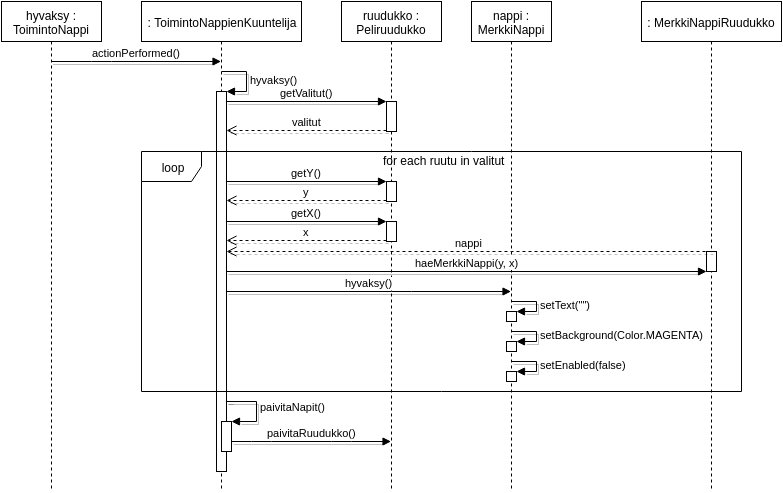
Earlier version of the draw.io export dokumentaatio/Sekvenssikaavio-hyvaksyNappi.png (BikkuMyy/Sanaruutu). Source tidied: cells renumbered, new cells last; positions are measured from the earlier drawing's top-left corner, leaving out a move shared by most shapes.
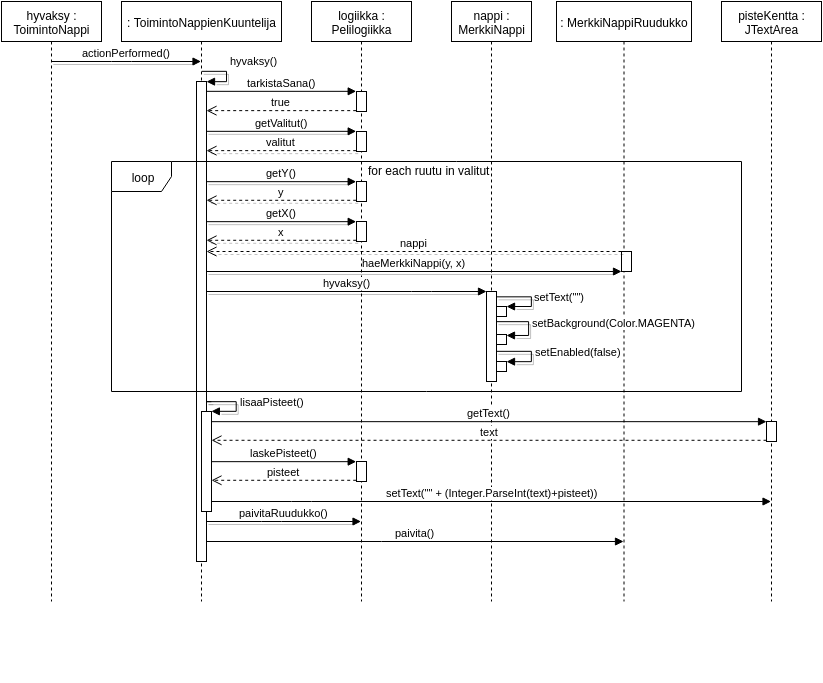
Above is the later version.

What changed in the source:
```diff
@@ -3,26 +3,28 @@
     <mxCell id="0" />
     <mxCell id="1" parent="0" />
     <mxCell id="2" value="hyvaksy : ToimintoNappi" style="shape=umlLifeline;perimeter=lifelinePerimeter;whiteSpace=wrap;html=1;outlineConnect=0;fillColor=#FFFFFF;" parent="1" vertex="1">
-      <mxGeometry width="100" height="490" as="geometry" />
+      <mxGeometry x="-20" width="100" height="600" as="geometry" />
     </mxCell>
     <mxCell id="3" value=": ToimintoNappienKuuntelija" style="shape=umlLifeline;perimeter=lifelinePerimeter;whiteSpace=wrap;html=1;outlineConnect=0;fillColor=#FFFFFF;" parent="1" vertex="1">
-      <mxGeometry x="140" width="160" height="490" as="geometry" />
+      <mxGeometry x="100" width="160" height="600" as="geometry" />
     </mxCell>
     <mxCell id="4" style="html=1;points=[];perimeter=orthogonalPerimeter;fillColor=#FFFFFF;" parent="3" vertex="1">
-      <mxGeometry x="75" y="90" width="10" height="380" as="geometry" />
+      <mxGeometry x="75" y="80" width="10" height="480" as="geometry" />
     </mxCell>
     <mxCell id="5" value="hyvaksy()" style="edgeStyle=orthogonalEdgeStyle;html=1;align=left;spacingLeft=2;endArrow=block;rounded=0;entryX=1;entryY=0;shadow=1;" parent="3" edge="1" target="4">
-      <mxGeometry relative="1" as="geometry">
+      <mxGeometry x="-0.1" y="10" relative="1" as="geometry">
         <mxPoint x="80" y="70" as="sourcePoint" />
         <Array as="points">
           <mxPoint x="105" y="70" />
+          <mxPoint x="105" y="80" />
         </Array>
+        <mxPoint x="-10" y="-10" as="offset" />
       </mxGeometry>
     </mxCell>
     <mxCell id="6" style="html=1;points=[];perimeter=orthogonalPerimeter;fillColor=#FFFFFF;" parent="3" vertex="1">
-      <mxGeometry x="80" y="420" width="10" height="30" as="geometry" />
+      <mxGeometry x="80" y="410" width="10" height="100" as="geometry" />
     </mxCell>
-    <mxCell id="7" value="paivitaNapit()" style="edgeStyle=orthogonalEdgeStyle;html=1;align=left;spacingLeft=2;endArrow=block;rounded=0;entryX=1;entryY=0;shadow=1;" parent="3" edge="1" target="6">
+    <mxCell id="7" value="lisaaPisteet()" style="edgeStyle=orthogonalEdgeStyle;html=1;align=left;spacingLeft=2;endArrow=block;rounded=0;entryX=1;entryY=0;shadow=1;" parent="3" edge="1" target="6">
       <mxGeometry relative="1" as="geometry">
         <mxPoint x="90" y="400" as="sourcePoint" />
         <Array as="points">
@@ -32,11 +34,11 @@
         </Array>
       </mxGeometry>
     </mxCell>
-    <mxCell id="8" value="ruudukko : Peliruudukko" style="shape=umlLifeline;perimeter=lifelinePerimeter;whiteSpace=wrap;html=1;outlineConnect=0;fillColor=#FFFFFF;" parent="1" vertex="1">
-      <mxGeometry x="340" width="100" height="490" as="geometry" />
+    <mxCell id="8" value="logiikka : Pelilogiikka" style="shape=umlLifeline;perimeter=lifelinePerimeter;whiteSpace=wrap;html=1;outlineConnect=0;fillColor=#FFFFFF;" parent="1" vertex="1">
+      <mxGeometry x="290" width="100" height="600" as="geometry" />
     </mxCell>
     <mxCell id="9" style="html=1;points=[];perimeter=orthogonalPerimeter;fillColor=#FFFFFF;" parent="8" vertex="1">
-      <mxGeometry x="45" y="100" width="10" height="30" as="geometry" />
+      <mxGeometry x="45" y="130" width="10" height="20" as="geometry" />
     </mxCell>
     <mxCell id="10" style="html=1;points=[];perimeter=orthogonalPerimeter;fillColor=#FFFFFF;" parent="8" vertex="1">
       <mxGeometry x="45" y="180" width="10" height="20" as="geometry" />
@@ -44,8 +46,14 @@
     <mxCell id="11" style="html=1;points=[];perimeter=orthogonalPerimeter;fillColor=#FFFFFF;" parent="8" vertex="1">
       <mxGeometry x="45" y="220" width="10" height="20" as="geometry" />
     </mxCell>
+    <mxCell id="34" style="html=1;points=[];perimeter=orthogonalPerimeter;" parent="8" vertex="1">
+      <mxGeometry x="45" y="90" width="10" height="20" as="geometry" />
+    </mxCell>
+    <mxCell id="35" style="html=1;points=[];perimeter=orthogonalPerimeter;" parent="8" vertex="1">
+      <mxGeometry x="45" y="460" width="10" height="20" as="geometry" />
+    </mxCell>
     <mxCell id="12" value=": MerkkiNappiRuudukko" style="shape=umlLifeline;perimeter=lifelinePerimeter;whiteSpace=wrap;html=1;outlineConnect=0;fillColor=#FFFFFF;" parent="1" vertex="1">
-      <mxGeometry x="640" width="140" height="490" as="geometry" />
+      <mxGeometry x="535" width="135" height="600" as="geometry" />
     </mxCell>
     <mxCell id="13" style="html=1;points=[];perimeter=orthogonalPerimeter;fillColor=#FFFFFF;" parent="12" vertex="1">
       <mxGeometry x="65" y="250" width="10" height="20" as="geometry" />
@@ -63,18 +71,9 @@
     <mxCell id="16" value="valitut" style="html=1;verticalAlign=bottom;endArrow=open;dashed=1;endSize=8;exitX=0;exitY=0.95;shadow=1;" parent="1" edge="1" source="9" target="4">
       <mxGeometry x="515" y="188" as="geometry" />
     </mxCell>
-    <mxCell id="17" value="nappi : MerkkiNappi" style="shape=umlLifeline;perimeter=lifelinePerimeter;whiteSpace=wrap;html=1;outlineConnect=0;fillColor=#FFFFFF;" parent="1" vertex="1">
-      <mxGeometry x="470" width="80" height="490" as="geometry" />
-    </mxCell>
-    <mxCell id="18" style="html=1;points=[];perimeter=orthogonalPerimeter;fillColor=#FFFFFF;" parent="17" vertex="1">
-      <mxGeometry x="35" y="340" width="10" height="10" as="geometry" />
-    </mxCell>
     <mxCell id="19" value="loop" style="shape=umlFrame;whiteSpace=wrap;html=1;fillColor=#FFFFFF;" parent="1" vertex="1">
-      <mxGeometry x="140" y="150" width="600" height="240" as="geometry" />
+      <mxGeometry x="90" y="160" width="630" height="230" as="geometry" />
     </mxCell>
-    <mxCell id="20" value="for each ruutu in valitut" style="text;html=1;align=left;verticalAlign=top;spacingTop=-4;" parent="1" vertex="1">
-      <mxGeometry x="380" y="150" width="140" height="20" as="geometry" />
-    </mxCell>
     <mxCell id="21" value="getY()" style="html=1;verticalAlign=bottom;endArrow=block;entryX=0;entryY=0;shadow=1;" parent="1" edge="1" source="4" target="10">
       <mxGeometry x="515" y="220" as="geometry" />
     </mxCell>
@@ -87,7 +86,6 @@
     <mxCell id="24" value="nappi" style="html=1;verticalAlign=bottom;endArrow=open;dashed=1;endSize=8;shadow=1;" parent="1" edge="1" source="13" target="4">
       <mxGeometry x="215" y="309" as="geometry">
         <Array as="points">
-          <mxPoint x="710" y="250" />
           <mxPoint x="500" y="250" />
         </Array>
       </mxGeometry>
@@ -98,54 +96,102 @@
     <mxCell id="26" value="getX()" style="html=1;verticalAlign=bottom;endArrow=block;entryX=0;entryY=0;shadow=1;" parent="1" edge="1" source="4" target="11">
       <mxGeometry x="255" y="250" as="geometry" />
     </mxCell>
-    <mxCell id="27" value="paivitaRuudukko()" style="html=1;verticalAlign=bottom;endArrow=block;shadow=1;" parent="1" edge="1" source="6" target="8">
+    <mxCell id="27" value="paivitaRuudukko()" style="html=1;verticalAlign=bottom;endArrow=block;shadow=1;" parent="1" edge="1" source="4" target="8">
       <mxGeometry relative="1" as="geometry">
         <Array as="points">
-          <mxPoint x="260" y="440" />
-          <mxPoint x="340" y="440" />
+          <mxPoint x="250" y="520" />
         </Array>
       </mxGeometry>
     </mxCell>
-    <mxCell id="28" value="hyvaksy()" style="html=1;verticalAlign=bottom;endArrow=block;shadow=1;" parent="1" edge="1" source="4" target="17">
+    <mxCell id="28" value="hyvaksy()" style="html=1;verticalAlign=bottom;endArrow=block;shadow=1;" parent="1" edge="1" source="4" target="40">
       <mxGeometry relative="1" as="geometry">
         <Array as="points">
           <mxPoint x="400" y="290" />
         </Array>
       </mxGeometry>
     </mxCell>
-    <mxCell id="29" style="html=1;points=[];perimeter=orthogonalPerimeter;fillColor=#FFFFFF;" parent="1" vertex="1">
-      <mxGeometry x="505" y="310" width="10" height="10" as="geometry" />
-    </mxCell>
+    <mxCell id="36" value="paivita()" style="html=1;verticalAlign=bottom;endArrow=block;" parent="1" edge="1" source="4" target="12">
+      <mxGeometry relative="1" as="geometry">
+        <Array as="points">
+          <mxPoint x="350" y="540" />
+        </Array>
+      </mxGeometry>
+    </mxCell>
+    <mxCell id="20" value="for each ruutu in valitut" style="text;html=1;align=left;verticalAlign=top;spacingTop=-4;" parent="1" vertex="1">
+      <mxGeometry x="345" y="160" width="140" height="20" as="geometry" />
+    </mxCell>
+    <mxCell id="37" value="true" style="html=1;verticalAlign=bottom;endArrow=open;dashed=1;endSize=8;exitX=0;exitY=0.95;" parent="1" edge="1" source="34" target="4">
+      <mxGeometry relative="1" as="geometry" />
+    </mxCell>
+    <mxCell id="38" value="tarkistaSana()" style="html=1;verticalAlign=bottom;endArrow=block;entryX=0;entryY=0;" parent="1" edge="1" source="4" target="34">
+      <mxGeometry relative="1" as="geometry" />
+    </mxCell>
+    <mxCell id="39" style="group;" parent="1" vertex="1">
+      <mxGeometry x="435" width="80" height="680" as="geometry" />
+    </mxCell>
+    <mxCell id="17" value="nappi : MerkkiNappi" style="shape=umlLifeline;perimeter=lifelinePerimeter;whiteSpace=wrap;html=1;outlineConnect=0;fillColor=#FFFFFF;" parent="39" vertex="1">
+      <mxGeometry x="-5" width="80" height="600" as="geometry" />
+    </mxCell>
+    <mxCell id="40" style="html=1;points=[];perimeter=orthogonalPerimeter;" parent="39" vertex="1">
+      <mxGeometry x="30" y="290" width="10" height="90" as="geometry" />
+    </mxCell>
-    <mxCell id="30" value="setText(&quot;&quot;)" style="edgeStyle=orthogonalEdgeStyle;html=1;align=left;spacingLeft=2;endArrow=block;rounded=0;entryX=1;entryY=0;shadow=1;" parent="1" edge="1" target="29">
+    <mxCell id="30" value="setText(&quot;&quot;)" style="edgeStyle=orthogonalEdgeStyle;html=1;align=left;spacingLeft=2;endArrow=block;rounded=0;entryX=1;entryY=0;shadow=1;" parent="39" edge="1" source="40" target="29">
       <mxGeometry relative="1" as="geometry">
-        <mxPoint x="510" y="300" as="sourcePoint" />
         <Array as="points">
-          <mxPoint x="535" y="300" />
-          <mxPoint x="535" y="310" />
-          <mxPoint x="515" y="310" />
+          <mxPoint x="75" y="295" />
+          <mxPoint x="75" y="305" />
         </Array>
       </mxGeometry>
     </mxCell>
-    <mxCell id="31" value="setBackground(Color.MAGENTA)" style="edgeStyle=orthogonalEdgeStyle;html=1;align=left;spacingLeft=2;endArrow=block;rounded=0;entryX=1;entryY=0;shadow=1;" parent="1" edge="1" target="18">
+    <mxCell id="31" value="setBackground(Color.MAGENTA)" style="edgeStyle=orthogonalEdgeStyle;html=1;align=left;spacingLeft=2;endArrow=block;rounded=0;shadow=1;" parent="39" edge="1" source="40" target="41">
       <mxGeometry relative="1" as="geometry">
-        <mxPoint x="510" y="330" as="sourcePoint" />
         <Array as="points">
-          <mxPoint x="535" y="330" />
-          <mxPoint x="535" y="340" />
+          <mxPoint x="72" y="320" />
+          <mxPoint x="72" y="334" />
         </Array>
       </mxGeometry>
     </mxCell>
+    <mxCell id="33" value="setEnabled(false)" style="edgeStyle=orthogonalEdgeStyle;html=1;align=left;spacingLeft=2;endArrow=block;rounded=0;entryX=1;entryY=0;shadow=1;" parent="39" edge="1" source="40" target="32">
+      <mxGeometry relative="1" as="geometry">
+        <Array as="points">
+          <mxPoint x="75" y="350" />
+          <mxPoint x="75" y="360" />
+        </Array>
+      </mxGeometry>
+    </mxCell>
+    <mxCell id="29" style="html=1;points=[];perimeter=orthogonalPerimeter;fillColor=#FFFFFF;" parent="39" vertex="1">
+      <mxGeometry x="40" y="305" width="10" height="10" as="geometry" />
+    </mxCell>
-    <mxCell id="32" style="html=1;points=[];perimeter=orthogonalPerimeter;fillColor=#FFFFFF;" parent="1" vertex="1">
-      <mxGeometry x="505" y="370" width="10" height="10" as="geometry" />
+    <mxCell id="32" style="html=1;points=[];perimeter=orthogonalPerimeter;fillColor=#FFFFFF;" parent="39" vertex="1">
+      <mxGeometry x="40" y="360" width="10" height="10" as="geometry" />
     </mxCell>
-    <mxCell id="33" value="setEnabled(false)" style="edgeStyle=orthogonalEdgeStyle;html=1;align=left;spacingLeft=2;endArrow=block;rounded=0;entryX=1;entryY=0;shadow=1;" parent="1" edge="1" target="32">
-      <mxGeometry relative="1" as="geometry">
-        <mxPoint x="510" y="360" as="sourcePoint" />
-        <Array as="points">
-          <mxPoint x="535" y="360" />
-          <mxPoint x="535" y="370" />
-        </Array>
-      </mxGeometry>
-    </mxCell>
+    <mxCell id="41" style="html=1;points=[];perimeter=orthogonalPerimeter;fillColor=#FFFFFF;" parent="39" vertex="1">
+      <mxGeometry x="40" y="333" width="10" height="10" as="geometry" />
+    </mxCell>
+    <mxCell id="42" value="pisteKentta : JTextArea" style="shape=umlLifeline;perimeter=lifelinePerimeter;whiteSpace=wrap;html=1;outlineConnect=0;" parent="1" vertex="1">
+      <mxGeometry x="700" width="100" height="600" as="geometry" />
+    </mxCell>
+    <mxCell id="43" style="html=1;points=[];perimeter=orthogonalPerimeter;" parent="42" vertex="1">
+      <mxGeometry x="45" y="420" width="10" height="20" as="geometry" />
+    </mxCell>
+    <mxCell id="44" value="getText()" style="html=1;verticalAlign=bottom;endArrow=block;entryX=0;entryY=0;" parent="1" edge="1" source="6" target="43">
+      <mxGeometry relative="1" as="geometry" />
+    </mxCell>
+    <mxCell id="45" value="text" style="html=1;verticalAlign=bottom;endArrow=open;dashed=1;endSize=8;exitX=0;exitY=0.95;" parent="1" edge="1" source="43" target="6">
+      <mxGeometry relative="1" as="geometry" />
+    </mxCell>
+    <mxCell id="46" value="laskePisteet()" style="html=1;verticalAlign=bottom;endArrow=block;entryX=0;entryY=0;" parent="1" edge="1" source="6" target="35">
+      <mxGeometry relative="1" as="geometry" />
+    </mxCell>
+    <mxCell id="47" value="pisteet" style="html=1;verticalAlign=bottom;endArrow=open;dashed=1;endSize=8;exitX=0;exitY=0.95;" parent="1" edge="1" source="35" target="6">
+      <mxGeometry relative="1" as="geometry" />
+    </mxCell>
+    <mxCell id="48" value="setText(&quot;&quot; + (Integer.ParseInt(text)+pisteet))" style="html=1;verticalAlign=bottom;endArrow=block;" parent="1" edge="1" source="6" target="42">
+      <mxGeometry relative="1" as="geometry">
+        <Array as="points">
+          <mxPoint x="280" y="500" />
+        </Array>
+      </mxGeometry>
+    </mxCell>
   </root>
 </mxGraphModel>
```
